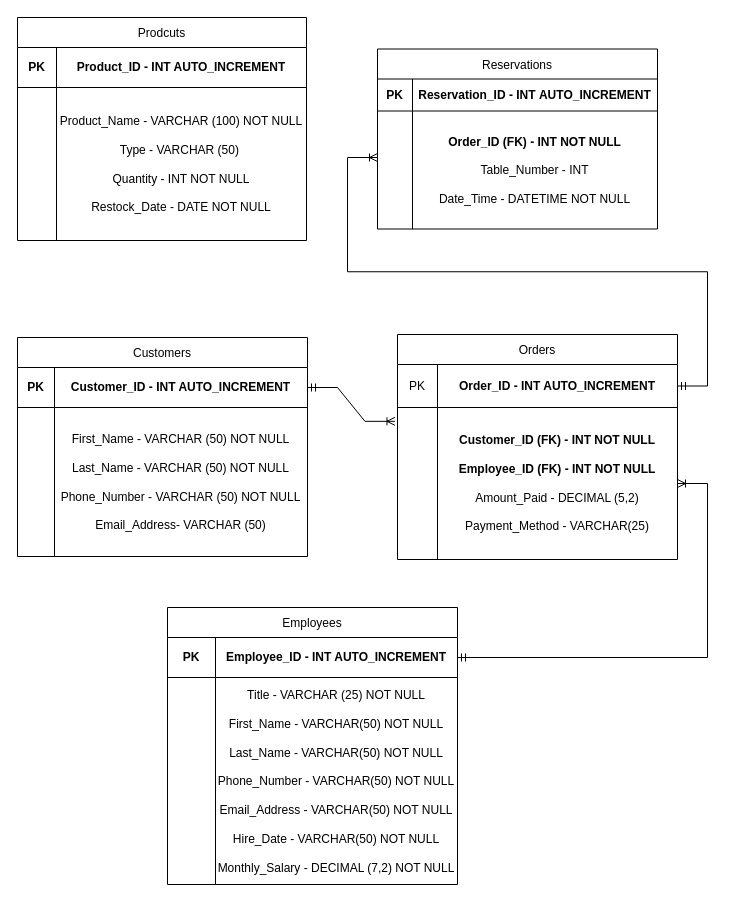
Before: 2.A_Diagramming Your Database_Guerrero.V.drawio in Vanessa-Guerrero/W2_Exercises, a draw.io diagram. Source tidied: cells renumbered, new cells numbered last; positions are measured from the earlier drawing's top-left corner, leaving out a move shared by most shapes. Both pictures are drawn from the tidied source at 100%, with x=0, y=0 at pixel (17, 17).
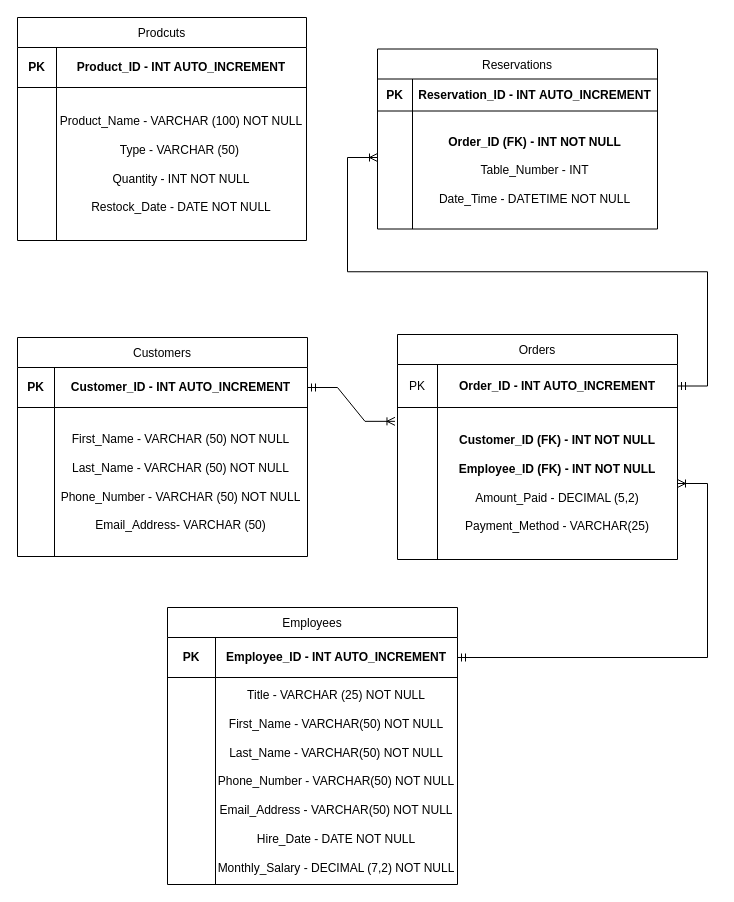
After the change.

The change refers to these unchanged cells:
```xml
<mxCell id="20" style="shape=tableRow;horizontal=0;startSize=0;swimlaneHead=0;swimlaneBody=0;strokeColor=inherit;top=0;left=0;bottom=0;right=0;fillColor=none;" parent="16" vertex="1">
  <mxGeometry y="70" width="290" height="207" as="geometry" />
</mxCell>
```

What changed in the source:
```diff
@@
-    <mxCell id="22" value="&lt;div&gt;Title - VARCHAR (25)&amp;nbsp;&lt;span style=&quot;background-color: initial;&quot;&gt;NOT NULL&lt;/span&gt;&lt;/div&gt;&lt;div&gt;&lt;br&gt;&lt;/div&gt;First_Name - VARCHAR(50) NOT NULL&lt;div&gt;&lt;br&gt;&lt;/div&gt;&lt;div&gt;Last_Name&amp;nbsp;&lt;span style=&quot;background-color: initial;&quot;&gt;- VARCHAR(50) NOT NULL&lt;/span&gt;&lt;/div&gt;&lt;div&gt;&lt;br&gt;&lt;/div&gt;&lt;div&gt;Phone_Number&amp;nbsp;&lt;span style=&quot;background-color: initial;&quot;&gt;- VARCHAR(50) NOT NULL&lt;/span&gt;&lt;/div&gt;&lt;div&gt;&lt;br&gt;&lt;/div&gt;&lt;div&gt;Email_Address&lt;span style=&quot;background-color: initial;&quot;&gt;&amp;nbsp;&lt;/span&gt;&lt;span style=&quot;background-color: initial;&quot;&gt;- VARCHAR(50) NOT NULL&lt;/span&gt;&lt;/div&gt;&lt;div&gt;&lt;br&gt;&lt;/div&gt;&lt;div&gt;Hire_Date&lt;span style=&quot;background-color: initial;&quot;&gt;&amp;nbsp;&lt;/span&gt;&lt;span style=&quot;background-color: initial;&quot;&gt;- VARCHAR(50) NOT NULL&lt;/span&gt;&lt;/div&gt;&lt;div&gt;&lt;br&gt;&lt;/div&gt;&lt;div&gt;Monthly_Salary&amp;nbsp;&lt;span style=&quot;background-color: initial;&quot;&gt;- DECIMAL (7,2) NOT NULL&lt;/span&gt;&lt;/div&gt;" style="shape=partialRectangle;html=1;whiteSpace=wrap;strokeColor=inherit;overflow=hidden;fillColor=none;top=0;left=0;bottom=0;right=0;" parent="20" vertex="1">
+    <mxCell id="22" value="&lt;div&gt;Title - VARCHAR (25)&amp;nbsp;&lt;span style=&quot;background-color: initial;&quot;&gt;NOT NULL&lt;/span&gt;&lt;/div&gt;&lt;div&gt;&lt;br&gt;&lt;/div&gt;First_Name - VARCHAR(50) NOT NULL&lt;div&gt;&lt;br&gt;&lt;/div&gt;&lt;div&gt;Last_Name&amp;nbsp;&lt;span style=&quot;background-color: initial;&quot;&gt;- VARCHAR(50) NOT NULL&lt;/span&gt;&lt;/div&gt;&lt;div&gt;&lt;br&gt;&lt;/div&gt;&lt;div&gt;Phone_Number&amp;nbsp;&lt;span style=&quot;background-color: initial;&quot;&gt;- VARCHAR(50) NOT NULL&lt;/span&gt;&lt;/div&gt;&lt;div&gt;&lt;br&gt;&lt;/div&gt;&lt;div&gt;Email_Address&lt;span style=&quot;background-color: initial;&quot;&gt;&amp;nbsp;&lt;/span&gt;&lt;span style=&quot;background-color: initial;&quot;&gt;- VARCHAR(50) NOT NULL&lt;/span&gt;&lt;/div&gt;&lt;div&gt;&lt;br&gt;&lt;/div&gt;&lt;div&gt;Hire_Date&lt;span style=&quot;background-color: initial;&quot;&gt;&amp;nbsp;&lt;/span&gt;&lt;span style=&quot;background-color: initial;&quot;&gt;- DATE NOT NULL&lt;/span&gt;&lt;/div&gt;&lt;div&gt;&lt;br&gt;&lt;/div&gt;&lt;div&gt;Monthly_Salary&amp;nbsp;&lt;span style=&quot;background-color: initial;&quot;&gt;- DECIMAL (7,2) NOT NULL&lt;/span&gt;&lt;/div&gt;" style="shape=partialRectangle;html=1;whiteSpace=wrap;strokeColor=inherit;overflow=hidden;fillColor=none;top=0;left=0;bottom=0;right=0;" parent="20" vertex="1">
       <mxGeometry x="48" width="242" height="207" as="geometry" />
     </mxCell>
```
